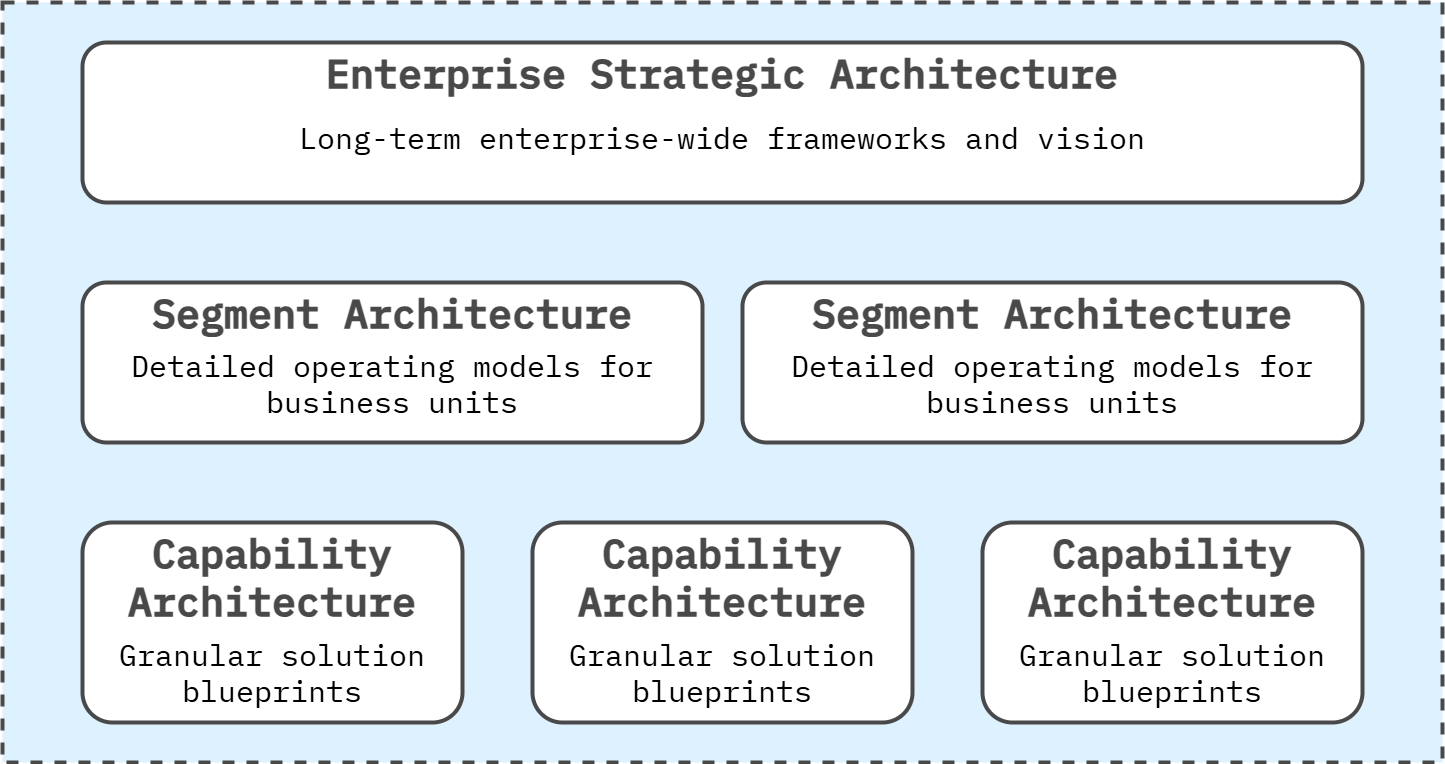
software-architecture-guild/modeling-software-architecture keeps this draw.io diagram as chapter-03/figure-3.3.drawio.png. Above is the earlier version. Source tidied: cells renumbered, new cells last; positions are measured from the earlier drawing's top-left corner, leaving out a move shared by most shapes.
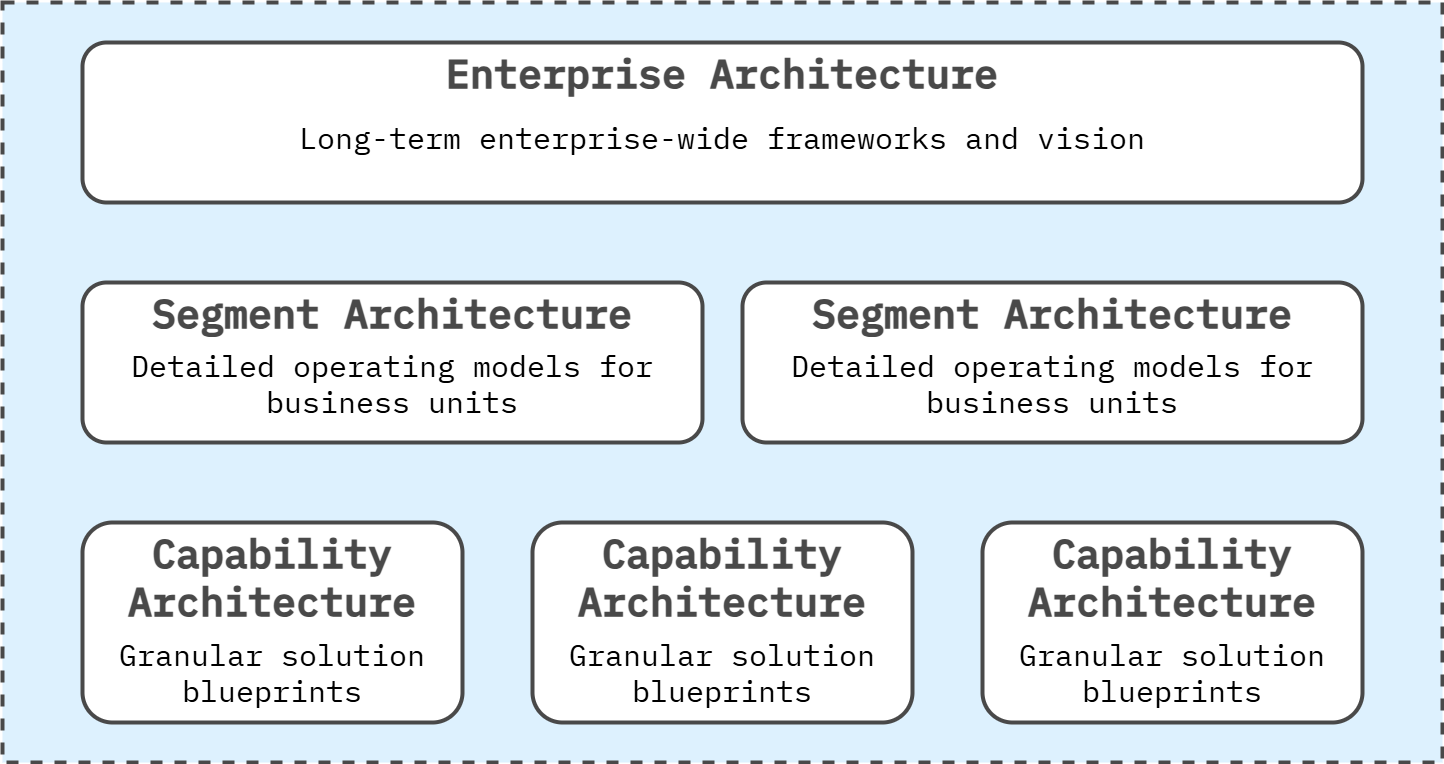
After the change.

The edit, as a diff of the source:
```diff
@@ -5,7 +5,7 @@
     <mxCell id="2" style="rounded=0;whiteSpace=wrap;html=1;fillColor=#DDF1FE;strokeColor=#494949;strokeWidth=4;perimeterSpacing=1;dashed=1;" parent="1" vertex="1">
       <mxGeometry width="1440" height="760" as="geometry" />
     </mxCell>
-    <mxCell id="3" value="Enterprise Strategic Architecture" style="rounded=1;whiteSpace=wrap;html=1;fillColor=#FFFFFF;strokeColor=#494949;strokeWidth=4;fontFamily=IBM Plex Mono;fontSource=https%3A%2F%2Ffonts.googleapis.com%2Fcss%3Ffamily%3DIBM%2BPlex%2BMono;fontSize=40;fontColor=#494949;verticalAlign=top;fontStyle=1;" parent="1" vertex="1">
+    <mxCell id="3" value="Enterprise Architecture" style="rounded=1;whiteSpace=wrap;html=1;fillColor=#FFFFFF;strokeColor=#494949;strokeWidth=4;fontFamily=IBM Plex Mono;fontSource=https%3A%2F%2Ffonts.googleapis.com%2Fcss%3Ffamily%3DIBM%2BPlex%2BMono;fontSize=40;fontColor=#494949;verticalAlign=top;fontStyle=1;" parent="1" vertex="1">
       <mxGeometry x="80" y="40" width="1280" height="160" as="geometry" />
     </mxCell>
     <mxCell id="4" value="Segment Architecture" style="rounded=1;whiteSpace=wrap;html=1;fillColor=#FFFFFF;strokeColor=#494949;strokeWidth=4;fontFamily=IBM Plex Mono;fontSource=https%3A%2F%2Ffonts.googleapis.com%2Fcss%3Ffamily%3DIBM%2BPlex%2BMono;fontSize=40;fontColor=#494949;verticalAlign=top;fontStyle=1;" parent="1" vertex="1">
```
